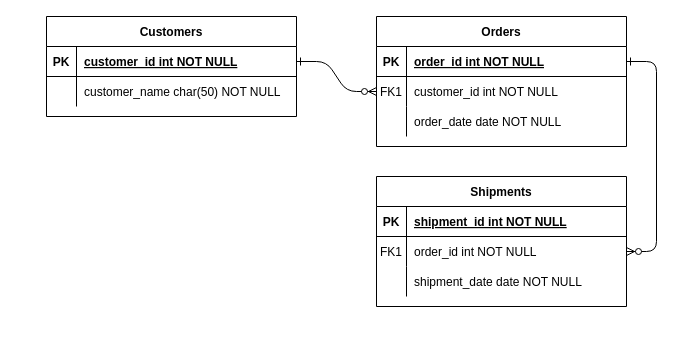
Earlier version of the draw.io diagram 제목 없는 다이어그램.drawio (munhyojin7338/Account). Source tidied: cells renumbered, new cells numbered last; positions are measured from the earlier drawing's top-left corner, leaving out a move shared by most shapes. Both pictures are drawn from the tidied source at 100%, with x=0, y=0 at pixel (46, 16).
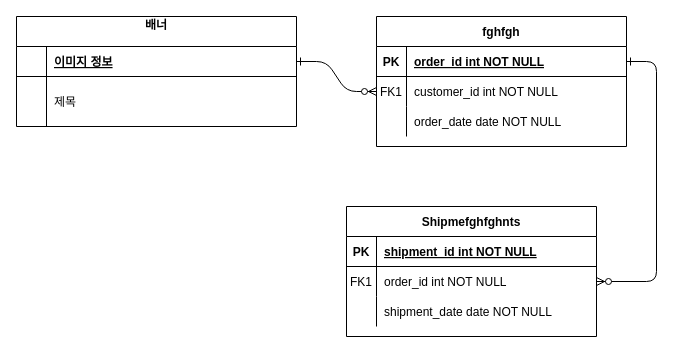
After the change.

The edit, as a diff of the source:
```diff
@@
-    <mxCell id="4" value="Orders" style="shape=table;startSize=30;childLayout=tableLayout;rowLines=0;fontStyle=1;align=center;" parent="1" vertex="1">
+    <mxCell id="4" value="fghfgh" style="shape=table;startSize=30;childLayout=tableLayout;rowLines=0;fontStyle=1;align=center;" parent="1" vertex="1">
       <mxGeometry x="330" width="250" height="130" as="geometry" />
     </mxCell>
@@
-    <mxCell id="14" value="Shipments" style="shape=table;startSize=30;childLayout=tableLayout;rowLines=0;fontStyle=1;align=center;" parent="1" vertex="1">
-      <mxGeometry x="330" y="160" width="250" height="130" as="geometry" />
+    <mxCell id="14" value="Shipmefghfghnts" style="shape=table;startSize=30;childLayout=tableLayout;rowLines=0;fontStyle=1;align=center;" parent="1" vertex="1">
+      <mxGeometry x="300" y="190" width="250" height="130" as="geometry" />
     </mxCell>
@@
-    <mxCell id="24" value="Customers" style="shape=table;startSize=30;childLayout=tableLayout;rowLines=0;fontStyle=1;align=center;" parent="1" vertex="1">
-      <mxGeometry width="250" height="100" as="geometry" />
+    <mxCell id="24" value="배너&#10;" style="shape=table;startSize=30;childLayout=tableLayout;rowLines=0;fontStyle=1;align=center;" parent="1" vertex="1">
+      <mxGeometry x="-30" width="280" height="110" as="geometry" />
     </mxCell>
     <mxCell id="25" style="shape=partialRectangle;fillColor=none;points=[[0,0.5],[1,0.5]];portConstraint=eastwest;top=0;left=0;right=0;bottom=1;" parent="24" vertex="1">
-      <mxGeometry y="30" width="250" height="30" as="geometry" />
+      <mxGeometry y="30" width="280" height="30" as="geometry" />
     </mxCell>
-    <mxCell id="26" value="PK" style="shape=partialRectangle;overflow=hidden;fillColor=none;top=0;left=0;bottom=0;right=0;fontStyle=1;" parent="25" vertex="1">
+    <mxCell id="26" style="shape=partialRectangle;overflow=hidden;fillColor=none;top=0;left=0;bottom=0;right=0;fontStyle=1;" parent="25" vertex="1">
       <mxGeometry width="30" height="30" as="geometry" />
     </mxCell>
-    <mxCell id="27" value="customer_id int NOT NULL " style="shape=partialRectangle;overflow=hidden;fillColor=none;top=0;left=0;bottom=0;right=0;align=left;spacingLeft=6;fontStyle=5;" parent="25" vertex="1">
-      <mxGeometry x="30" width="220" height="30" as="geometry" />
+    <mxCell id="27" value="이미지 정보" style="shape=partialRectangle;overflow=hidden;fillColor=none;top=0;left=0;bottom=0;right=0;align=left;spacingLeft=6;fontStyle=5;" parent="25" vertex="1">
+      <mxGeometry x="30" width="250" height="30" as="geometry" />
     </mxCell>
     <mxCell id="28" style="shape=partialRectangle;fillColor=none;top=0;left=0;right=0;bottom=0;" parent="24" vertex="1">
-      <mxGeometry y="60" width="250" height="30" as="geometry" />
+      <mxGeometry y="60" width="280" height="50" as="geometry" />
     </mxCell>
     <mxCell id="29" style="shape=partialRectangle;overflow=hidden;fillColor=none;top=0;left=0;bottom=0;right=0;" parent="28" vertex="1">
-      <mxGeometry width="30" height="30" as="geometry" />
+      <mxGeometry width="30" height="50" as="geometry" />
     </mxCell>
-    <mxCell id="30" value="customer_name char(50) NOT NULL" style="shape=partialRectangle;overflow=hidden;fillColor=none;top=0;left=0;bottom=0;right=0;align=left;spacingLeft=6;" parent="28" vertex="1">
-      <mxGeometry x="30" width="220" height="30" as="geometry" />
+    <mxCell id="30" value="제목" style="shape=partialRectangle;overflow=hidden;fillColor=none;top=0;left=0;bottom=0;right=0;align=left;spacingLeft=6;" parent="28" vertex="1">
+      <mxGeometry x="30" width="250" height="50" as="geometry" />
     </mxCell>
+    <mxCell id="31" style="shape=tableRow;horizontal=0;startSize=0;swimlaneHead=0;swimlaneBody=0;fillColor=none;top=0;left=0;right=0;bottom=0;" parent="1" vertex="1">
+      <mxGeometry x="20" y="350" width="180" height="30" as="geometry" />
+    </mxCell>
```
